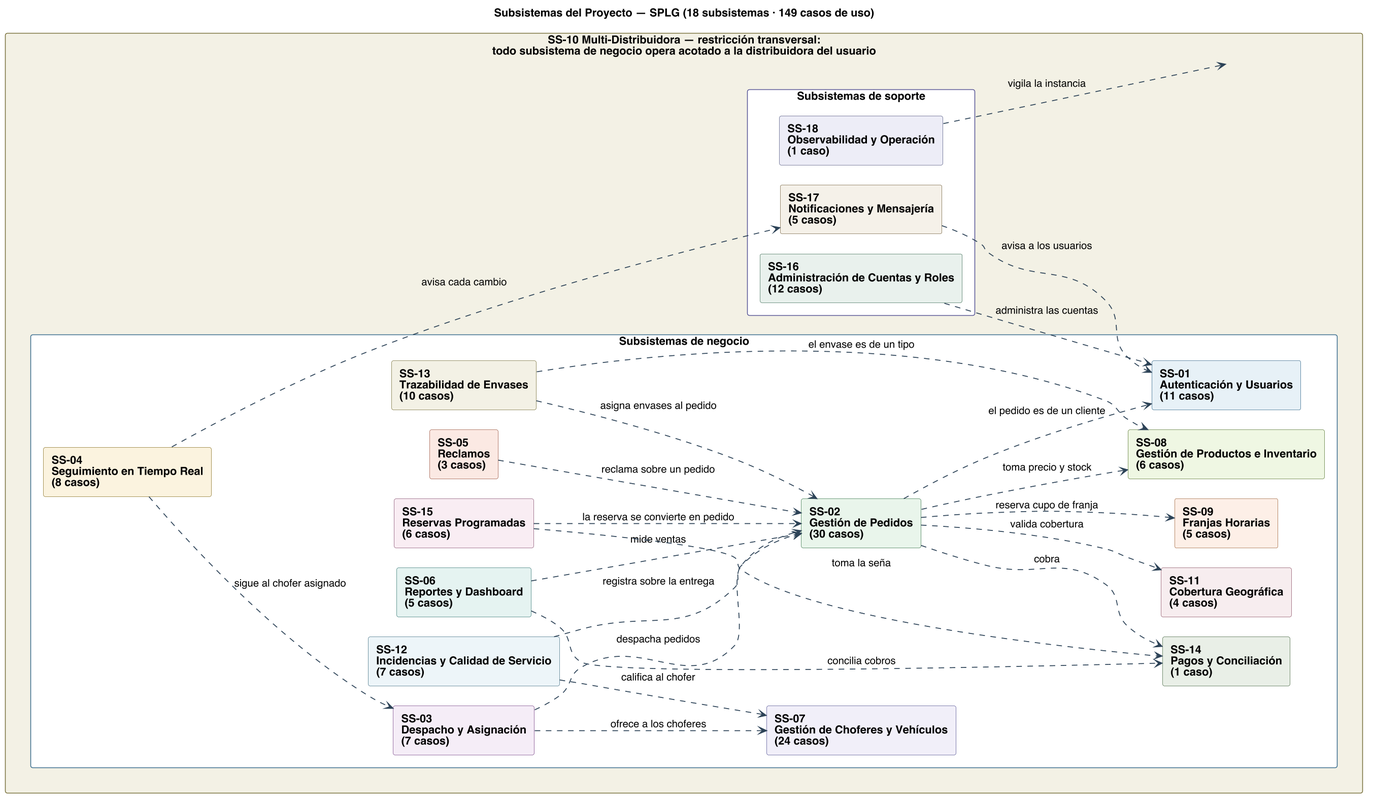
Before: diagramas/uml/CU_Sistema_Subsistemas.png, a diagram exported from PlantUML (Nahuelito-Dev/splg-docs). Its diagram source:
```plantuml
@startuml
title Subsistemas del Proyecto — SPLG (18 subsistemas · 149 casos de uso)
skinparam backgroundColor #FFFFFF
skinparam shadowing false
skinparam defaultFontName Helvetica
skinparam defaultFontSize 13
skinparam dpi 150
skinparam ArrowColor #2C4257
skinparam ArrowThickness 1.1
skinparam actor {
  BorderColor #2C4257
  BackgroundColor #E8EDF2
  FontSize 13
  FontStyle bold
}
skinparam usecase {
  BorderColor #2C4257
  BackgroundColor #FFFFFF
  FontSize 12
}
skinparam rectangle {
  BorderColor #6B7683
  FontSize 14
  FontStyle bold
}

skinparam nodesep 25
skinparam ranksep 55
skinparam packageStyle rectangle

left to right direction

rectangle "SS-10 Multi-Distribuidora — restricción transversal:\ntodo subsistema de negocio opera acotado a la distribuidora del usuario" as R10 #back:F3F1E4;line:7A7340 {
  rectangle "Subsistemas de negocio" as GNEG #back:FFFFFF;line:3C6E8F {
    rectangle "**SS-01**\nAutenticación y Usuarios\n(11 casos)" as MSS01 #back:E7F0F6;line:3C6E8F
    rectangle "**SS-02**\nGestión de Pedidos\n(30 casos)" as MSS02 #back:E9F4EA;line:3F7A50
    rectangle "**SS-03**\nDespacho y Asignación\n(7 casos)" as MSS03 #back:F5ECF7;line:7B4B8A
    rectangle "**SS-04**\nSeguimiento en Tiempo Real\n(8 casos)" as MSS04 #back:FBF2DE;line:8A7326
    rectangle "**SS-05**\nReclamos\n(3 casos)" as MSS05 #back:FAE8E3;line:9C5A46
    rectangle "**SS-06**\nReportes y Dashboard\n(5 casos)" as MSS06 #back:E4F2F1;line:3E7C79
    rectangle "**SS-07**\nGestión de Choferes y Vehículos\n(24 casos)" as MSS07 #back:F0EEF9;line:5A5896
    rectangle "**SS-08**\nGestión de Productos e Inventario\n(6 casos)" as MSS08 #back:EFF6E2;line:5E7A3A
    rectangle "**SS-09**\nFranjas Horarias\n(5 casos)" as MSS09 #back:FDEFE6;line:A26A45
    rectangle "**SS-11**\nCobertura Geográfica\n(4 casos)" as MSS11 #back:F7ECEF;line:8E5566
    rectangle "**SS-12**\nIncidencias y Calidad de Servicio\n(7 casos)" as MSS12 #back:EDF5F9;line:4A7488
    rectangle "**SS-13**\nTrazabilidad de Envases\n(10 casos)" as MSS13 #back:F3F1E4;line:7A7340
    rectangle "**SS-14**\nPagos y Conciliación\n(1 caso)" as MSS14 #back:E9EFE6;line:4E6B4A
    rectangle "**SS-15**\nReservas Programadas\n(6 casos)" as MSS15 #back:F8EDF3;line:8A5674
  }
  rectangle "Subsistemas de soporte" as GSOP #back:FFFFFF;line:5A5896 {
    rectangle "**SS-16**\nAdministración de Cuentas y Roles\n(12 casos)" as MSS16 #back:E8F1EC;line:4B7560
    rectangle "**SS-17**\nNotificaciones y Mensajería\n(5 casos)" as MSS17 #back:F5F0E8;line:7C6B4C
    rectangle "**SS-18**\nObservabilidad y Operación\n(1 caso)" as MSS18 #back:ECEDF6;line:5B5F87
  }
}

MSS02 ..> MSS01 : el pedido es de un cliente
MSS02 ..> MSS08 : toma precio y stock
MSS02 ..> MSS09 : reserva cupo de franja
MSS02 ..> MSS11 : valida cobertura
MSS02 ..> MSS14 : cobra
MSS03 ..> MSS02 : despacha pedidos
MSS03 ..> MSS07 : ofrece a los choferes
MSS04 ..> MSS03 : sigue al chofer asignado
MSS04 ..> MSS17 : avisa cada cambio
MSS05 ..> MSS02 : reclama sobre un pedido
MSS06 ..> MSS02 : mide ventas
MSS06 ..> MSS14 : concilia cobros
MSS12 ..> MSS02 : registra sobre la entrega
MSS12 ..> MSS07 : califica al chofer
MSS13 ..> MSS02 : asigna envases al pedido
MSS13 ..> MSS08 : el envase es de un tipo
MSS15 ..> MSS02 : la reserva se convierte en pedido
MSS15 ..> MSS14 : toma la seña
MSS16 ..> MSS01 : administra las cuentas
MSS17 ..> MSS01 : avisa a los usuarios
MSS18 ..> R10 : vigila la instancia

@enduml
```
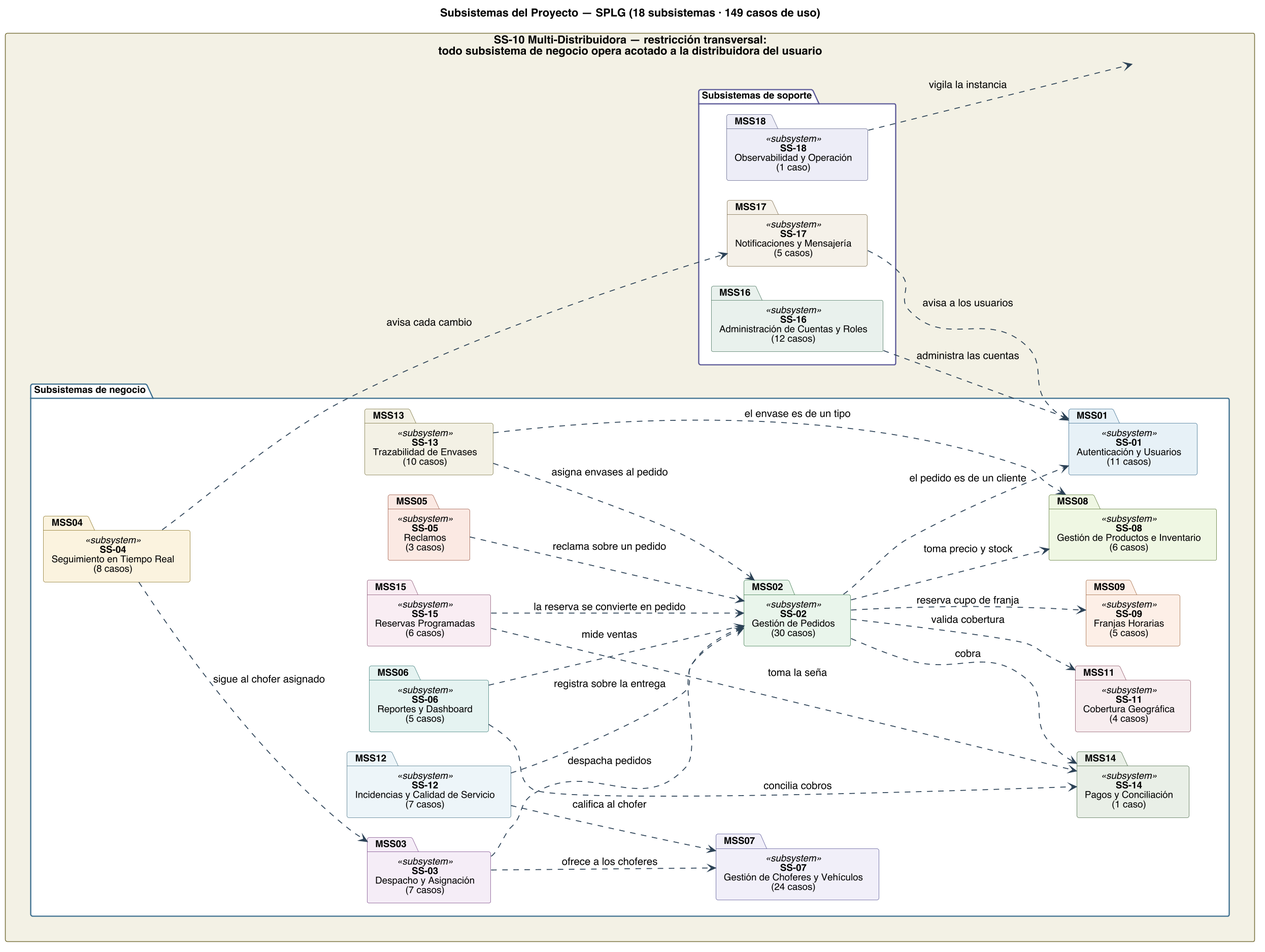
Later version of the same file.

What changed in the source:
```diff
@@ -26,31 +26,34 @@
 
 skinparam nodesep 25
 skinparam ranksep 55
-skinparam packageStyle rectangle
+skinparam package {
+  BorderColor #2C4257
+  FontSize 12
+}
 
 left to right direction
 
 rectangle "SS-10 Multi-Distribuidora — restricción transversal:\ntodo subsistema de negocio opera acotado a la distribuidora del usuario" as R10 #back:F3F1E4;line:7A7340 {
-  rectangle "Subsistemas de negocio" as GNEG #back:FFFFFF;line:3C6E8F {
-    rectangle "**SS-01**\nAutenticación y Usuarios\n(11 casos)" as MSS01 #back:E7F0F6;line:3C6E8F
-    rectangle "**SS-02**\nGestión de Pedidos\n(30 casos)" as MSS02 #back:E9F4EA;line:3F7A50
-    rectangle "**SS-03**\nDespacho y Asignación\n(7 casos)" as MSS03 #back:F5ECF7;line:7B4B8A
-    rectangle "**SS-04**\nSeguimiento en Tiempo Real\n(8 casos)" as MSS04 #back:FBF2DE;line:8A7326
-    rectangle "**SS-05**\nReclamos\n(3 casos)" as MSS05 #back:FAE8E3;line:9C5A46
-    rectangle "**SS-06**\nReportes y Dashboard\n(5 casos)" as MSS06 #back:E4F2F1;line:3E7C79
-    rectangle "**SS-07**\nGestión de Choferes y Vehículos\n(24 casos)" as MSS07 #back:F0EEF9;line:5A5896
-    rectangle "**SS-08**\nGestión de Productos e Inventario\n(6 casos)" as MSS08 #back:EFF6E2;line:5E7A3A
-    rectangle "**SS-09**\nFranjas Horarias\n(5 casos)" as MSS09 #back:FDEFE6;line:A26A45
-    rectangle "**SS-11**\nCobertura Geográfica\n(4 casos)" as MSS11 #back:F7ECEF;line:8E5566
-    rectangle "**SS-12**\nIncidencias y Calidad de Servicio\n(7 casos)" as MSS12 #back:EDF5F9;line:4A7488
-    rectangle "**SS-13**\nTrazabilidad de Envases\n(10 casos)" as MSS13 #back:F3F1E4;line:7A7340
-    rectangle "**SS-14**\nPagos y Conciliación\n(1 caso)" as MSS14 #back:E9EFE6;line:4E6B4A
-    rectangle "**SS-15**\nReservas Programadas\n(6 casos)" as MSS15 #back:F8EDF3;line:8A5674
+  package "Subsistemas de negocio" as GNEG #back:FFFFFF;line:3C6E8F {
+    package "**SS-01**\nAutenticación y Usuarios\n(11 casos)" as MSS01 <<subsystem>> #back:E7F0F6;line:3C6E8F
+    package "**SS-02**\nGestión de Pedidos\n(30 casos)" as MSS02 <<subsystem>> #back:E9F4EA;line:3F7A50
+    package "**SS-03**\nDespacho y Asignación\n(7 casos)" as MSS03 <<subsystem>> #back:F5ECF7;line:7B4B8A
+    package "**SS-04**\nSeguimiento en Tiempo Real\n(8 casos)" as MSS04 <<subsystem>> #back:FBF2DE;line:8A7326
+    package "**SS-05**\nReclamos\n(3 casos)" as MSS05 <<subsystem>> #back:FAE8E3;line:9C5A46
+    package "**SS-06**\nReportes y Dashboard\n(5 casos)" as MSS06 <<subsystem>> #back:E4F2F1;line:3E7C79
+    package "**SS-07**\nGestión de Choferes y Vehículos\n(24 casos)" as MSS07 <<subsystem>> #back:F0EEF9;line:5A5896
+    package "**SS-08**\nGestión de Productos e Inventario\n(6 casos)" as MSS08 <<subsystem>> #back:EFF6E2;line:5E7A3A
+    package "**SS-09**\nFranjas Horarias\n(5 casos)" as MSS09 <<subsystem>> #back:FDEFE6;line:A26A45
+    package "**SS-11**\nCobertura Geográfica\n(4 casos)" as MSS11 <<subsystem>> #back:F7ECEF;line:8E5566
+    package "**SS-12**\nIncidencias y Calidad de Servicio\n(7 casos)" as MSS12 <<subsystem>> #back:EDF5F9;line:4A7488
+    package "**SS-13**\nTrazabilidad de Envases\n(10 casos)" as MSS13 <<subsystem>> #back:F3F1E4;line:7A7340
+    package "**SS-14**\nPagos y Conciliación\n(1 caso)" as MSS14 <<subsystem>> #back:E9EFE6;line:4E6B4A
+    package "**SS-15**\nReservas Programadas\n(6 casos)" as MSS15 <<subsystem>> #back:F8EDF3;line:8A5674
   }
-  rectangle "Subsistemas de soporte" as GSOP #back:FFFFFF;line:5A5896 {
-    rectangle "**SS-16**\nAdministración de Cuentas y Roles\n(12 casos)" as MSS16 #back:E8F1EC;line:4B7560
-    rectangle "**SS-17**\nNotificaciones y Mensajería\n(5 casos)" as MSS17 #back:F5F0E8;line:7C6B4C
-    rectangle "**SS-18**\nObservabilidad y Operación\n(1 caso)" as MSS18 #back:ECEDF6;line:5B5F87
+  package "Subsistemas de soporte" as GSOP #back:FFFFFF;line:5A5896 {
+    package "**SS-16**\nAdministración de Cuentas y Roles\n(12 casos)" as MSS16 <<subsystem>> #back:E8F1EC;line:4B7560
+    package "**SS-17**\nNotificaciones y Mensajería\n(5 casos)" as MSS17 <<subsystem>> #back:F5F0E8;line:7C6B4C
+    package "**SS-18**\nObservabilidad y Operación\n(1 caso)" as MSS18 <<subsystem>> #back:ECEDF6;line:5B5F87
   }
 }
 
```
